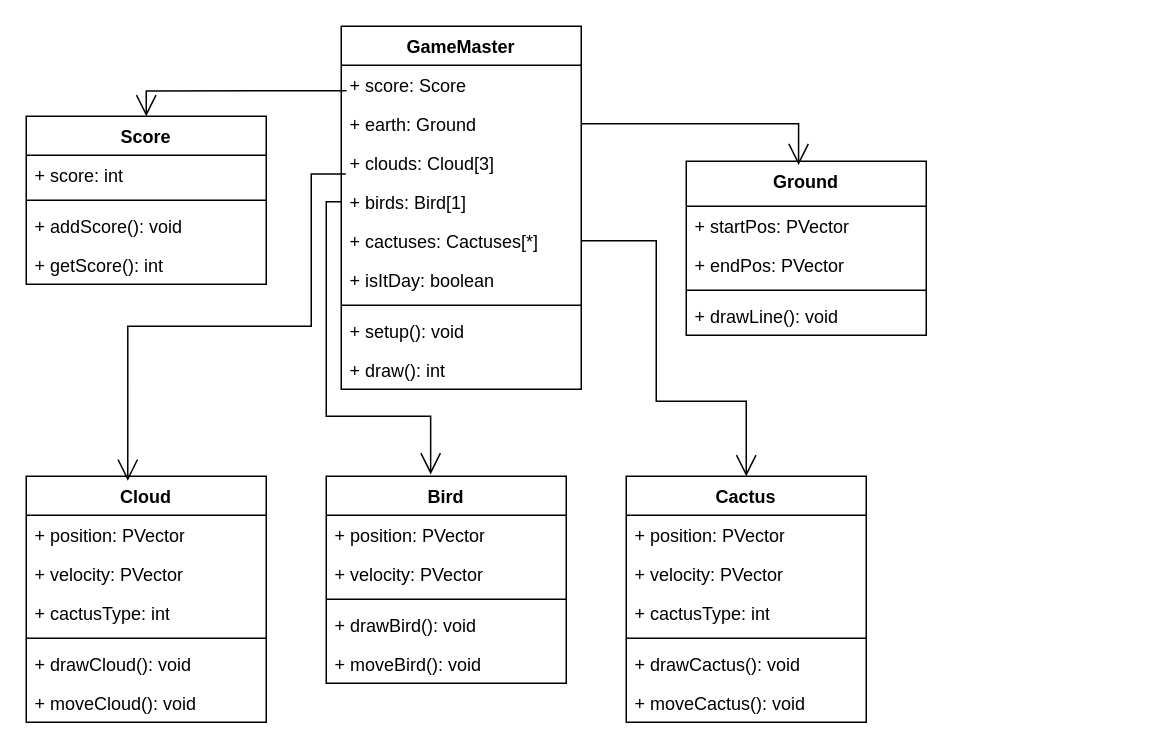
Dino-H26HX2/DinoGame keeps this draw.io diagram as Dino.drawio. Above is the earlier version. Source tidied: cells renumbered, new cells numbered last; positions are measured from the earlier drawing's top-left corner, leaving out a move shared by most shapes. Both pictures are drawn from the tidied source at 150%, with x=0, y=0 at pixel (26, 26).
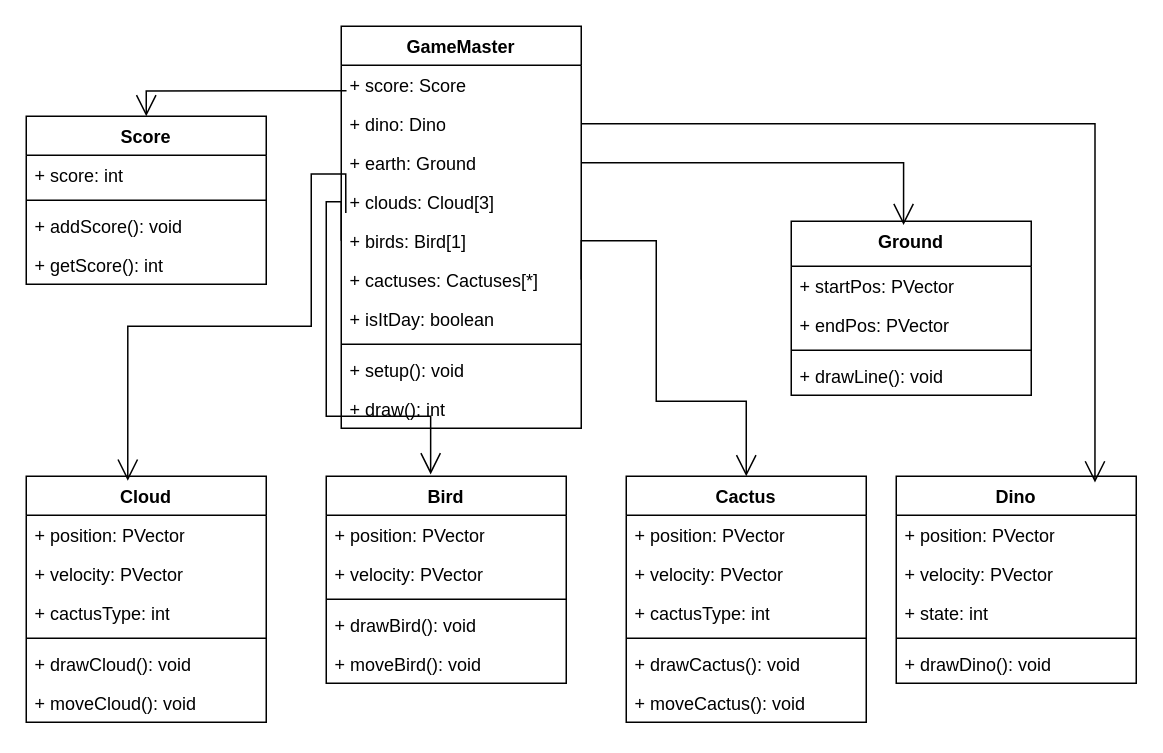
The same diagram, later.

Commit message:
dino klasse

What changed in the source:
```diff
@@
     <mxCell id="20" value="Ground" style="swimlane;fontStyle=1;align=center;verticalAlign=top;horizontal=1;startSize=30;whiteSpace=wrap;html=1;" parent="1" vertex="1">
-      <mxGeometry x="440" y="90" width="160" height="116" as="geometry" />
+      <mxGeometry x="510" y="130" width="160" height="116" as="geometry" />
     </mxCell>
@@
     <mxCell id="32" value="GameMaster" style="swimlane;fontStyle=1;align=center;verticalAlign=top;horizontal=1;startSize=26;whiteSpace=wrap;html=1;" parent="1" vertex="1">
-      <mxGeometry x="210" width="160" height="242" as="geometry" />
+      <mxGeometry x="210" width="160" height="268" as="geometry" />
     </mxCell>
@@
+    <mxCell id="47" value="+ dino: Dino" style="text;strokeColor=none;fillColor=none;align=left;verticalAlign=top;spacingLeft=4;spacingRight=4;overflow=hidden;points=[[0,0.5],[1,0.5]];portConstraint=eastwest;whiteSpace=wrap;html=1;" parent="32" vertex="1">
+      <mxGeometry y="52" width="160" height="26" as="geometry" />
+    </mxCell>
     <mxCell id="34" value="+ earth: Ground" style="text;strokeColor=none;fillColor=none;align=left;verticalAlign=top;spacingLeft=4;spacingRight=4;overflow=hidden;points=[[0,0.5],[1,0.5]];portConstraint=eastwest;whiteSpace=wrap;html=1;" parent="32" vertex="1">
-      <mxGeometry y="52" width="160" height="26" as="geometry" />
+      <mxGeometry y="78" width="160" height="26" as="geometry" />
     </mxCell>
     <mxCell id="35" value="+ clouds: Cloud[3]" style="text;strokeColor=none;fillColor=none;align=left;verticalAlign=top;spacingLeft=4;spacingRight=4;overflow=hidden;points=[[0,0.5],[1,0.5]];portConstraint=eastwest;whiteSpace=wrap;html=1;" parent="32" vertex="1">
-      <mxGeometry y="78" width="160" height="26" as="geometry" />
+      <mxGeometry y="104" width="160" height="26" as="geometry" />
     </mxCell>
     <mxCell id="36" value="+ birds: Bird[1]" style="text;strokeColor=none;fillColor=none;align=left;verticalAlign=top;spacingLeft=4;spacingRight=4;overflow=hidden;points=[[0,0.5],[1,0.5]];portConstraint=eastwest;whiteSpace=wrap;html=1;" parent="32" vertex="1">
-      <mxGeometry y="104" width="160" height="26" as="geometry" />
+      <mxGeometry y="130" width="160" height="26" as="geometry" />
     </mxCell>
     <mxCell id="37" value="+ cactuses: Cactuses[*]" style="text;strokeColor=none;fillColor=none;align=left;verticalAlign=top;spacingLeft=4;spacingRight=4;overflow=hidden;points=[[0,0.5],[1,0.5]];portConstraint=eastwest;whiteSpace=wrap;html=1;" parent="32" vertex="1">
-      <mxGeometry y="130" width="160" height="26" as="geometry" />
+      <mxGeometry y="156" width="160" height="26" as="geometry" />
     </mxCell>
     <mxCell id="38" value="+ isItDay: boolean" style="text;strokeColor=none;fillColor=none;align=left;verticalAlign=top;spacingLeft=4;spacingRight=4;overflow=hidden;whiteSpace=wrap;html=1;" parent="32" vertex="1">
-      <mxGeometry y="156" width="160" height="26" as="geometry" />
+      <mxGeometry y="182" width="160" height="26" as="geometry" />
     </mxCell>
     <mxCell id="39" style="line;strokeWidth=1;fillColor=none;align=left;verticalAlign=middle;spacingTop=-1;spacingLeft=3;spacingRight=3;labelPosition=right;strokeColor=inherit;" parent="32" vertex="1">
-      <mxGeometry y="182" width="160" height="8" as="geometry" />
+      <mxGeometry y="208" width="160" height="8" as="geometry" />
     </mxCell>
     <mxCell id="40" value="+ setup(): void&lt;div&gt;&lt;br&gt;&lt;/div&gt;" style="text;strokeColor=none;fillColor=none;align=left;verticalAlign=top;spacingLeft=4;spacingRight=4;overflow=hidden;whiteSpace=wrap;html=1;" parent="32" vertex="1">
-      <mxGeometry y="190" width="160" height="26" as="geometry" />
+      <mxGeometry y="216" width="160" height="26" as="geometry" />
     </mxCell>
     <mxCell id="41" value="+ draw(): int&lt;div&gt;&lt;br&gt;&lt;/div&gt;" style="text;strokeColor=none;fillColor=none;align=left;verticalAlign=top;spacingLeft=4;spacingRight=4;overflow=hidden;whiteSpace=wrap;html=1;" parent="32" vertex="1">
-      <mxGeometry y="216" width="160" height="26" as="geometry" />
+      <mxGeometry y="242" width="160" height="26" as="geometry" />
     </mxCell>
@@
+    <mxCell id="48" value="Dino" style="swimlane;fontStyle=1;align=center;verticalAlign=top;horizontal=1;startSize=26;whiteSpace=wrap;html=1;" parent="1" vertex="1">
+      <mxGeometry x="580" y="300" width="160" height="138" as="geometry" />
+    </mxCell>
+    <mxCell id="49" value="+ position: PVector" style="text;strokeColor=none;fillColor=none;align=left;verticalAlign=top;spacingLeft=4;spacingRight=4;overflow=hidden;whiteSpace=wrap;html=1;" parent="48" vertex="1">
+      <mxGeometry y="26" width="160" height="26" as="geometry" />
+    </mxCell>
+    <mxCell id="50" value="+ velocity: PVector" style="text;strokeColor=none;fillColor=none;align=left;verticalAlign=top;spacingLeft=4;spacingRight=4;overflow=hidden;whiteSpace=wrap;html=1;" parent="48" vertex="1">
+      <mxGeometry y="52" width="160" height="26" as="geometry" />
+    </mxCell>
+    <mxCell id="51" value="+ state: int" style="text;strokeColor=none;fillColor=none;align=left;verticalAlign=top;spacingLeft=4;spacingRight=4;overflow=hidden;whiteSpace=wrap;html=1;" parent="48" vertex="1">
+      <mxGeometry y="78" width="160" height="26" as="geometry" />
+    </mxCell>
+    <mxCell id="52" style="line;strokeWidth=1;fillColor=none;align=left;verticalAlign=middle;spacingTop=-1;spacingLeft=3;spacingRight=3;labelPosition=right;strokeColor=inherit;" parent="48" vertex="1">
+      <mxGeometry y="104" width="160" height="8" as="geometry" />
+    </mxCell>
+    <mxCell id="53" value="+ drawDino(): void" style="text;strokeColor=none;fillColor=none;align=left;verticalAlign=top;spacingLeft=4;spacingRight=4;overflow=hidden;whiteSpace=wrap;html=1;" parent="48" vertex="1">
+      <mxGeometry y="112" width="160" height="26" as="geometry" />
+    </mxCell>
+    <mxCell id="54" style="endArrow=open;endFill=1;endSize=12;html=1;rounded=0;entryX=0.828;entryY=0.03;entryDx=0;entryDy=0;entryPerimeter=0;edgeStyle=orthogonalEdgeStyle;" parent="1" edge="1" source="47" target="48">
+      <mxGeometry x="-0.36" relative="1" as="geometry" />
+    </mxCell>
```
